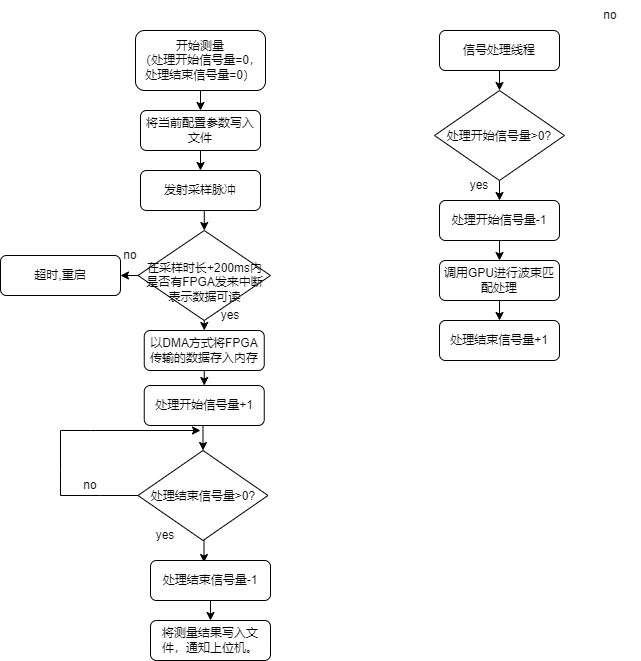
Sky199710/myDiagram keeps this draw.io diagram as 多次测量求均值版本.png. Above is the earlier version. Source tidied: cells renumbered, new cells last; positions are measured from the earlier drawing's top-left corner, leaving out a move shared by most shapes.
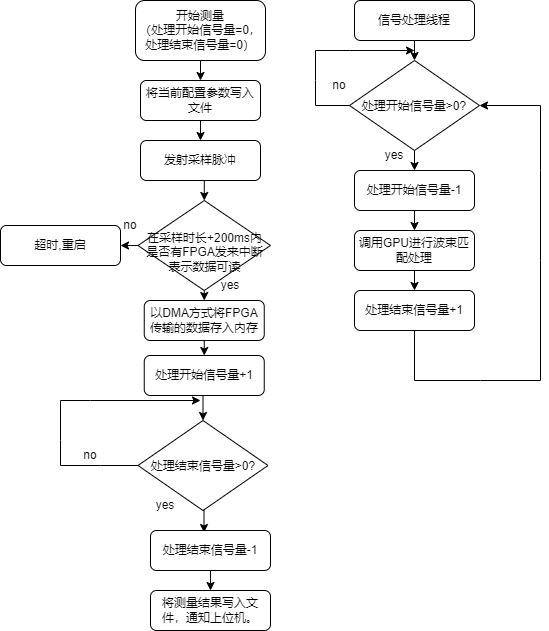
After the commit.

Commit message:
Update 多次测量求均值版本.png

The edit, as a diff of the source:
```diff
@@ -54,37 +54,37 @@
     <mxCell id="17" style="edgeStyle=orthogonalEdgeStyle;rounded=0;jettySize=auto;html=1;exitX=0.5;exitY=1;exitDx=0;exitDy=0;entryX=0.5;entryY=0;entryDx=0;entryDy=0;" parent="1" edge="1" source="18" target="20">
       <mxGeometry relative="1" as="geometry">
         <Array as="points">
-          <mxPoint x="499" y="90" />
-          <mxPoint x="499" y="90" />
+          <mxPoint x="414" y="90" />
+          <mxPoint x="414" y="90" />
         </Array>
       </mxGeometry>
     </mxCell>
     <mxCell id="18" value="信号处理线程" style="rounded=1;whiteSpace=wrap;html=1;fontSize=12;glass=0;strokeWidth=1;shadow=0;" parent="1" vertex="1">
-      <mxGeometry x="439" y="30" width="120" height="40" as="geometry" />
+      <mxGeometry x="354" y="30" width="120" height="40" as="geometry" />
     </mxCell>
     <mxCell id="19" style="edgeStyle=orthogonalEdgeStyle;rounded=0;jettySize=auto;html=1;exitX=0.5;exitY=1;exitDx=0;exitDy=0;entryX=0.5;entryY=0;entryDx=0;entryDy=0;" parent="1" edge="1" source="20" target="23">
       <mxGeometry relative="1" as="geometry" />
     </mxCell>
     <mxCell id="20" value="处理开始信号量&amp;gt;0?" style="rhombus;whiteSpace=wrap;html=1;shadow=0;fontFamily=Helvetica;fontSize=12;align=center;strokeWidth=1;spacing=6;spacingTop=1;" parent="1" vertex="1">
-      <mxGeometry x="434" y="90" width="130" height="90" as="geometry" />
+      <mxGeometry x="349" y="90" width="130" height="90" as="geometry" />
     </mxCell>
     <mxCell id="21" value="no" style="text;html=1;strokeColor=none;fillColor=none;align=center;verticalAlign=middle;whiteSpace=wrap;rounded=0;" parent="1" vertex="1">
-      <mxGeometry x="580" width="60" height="30" as="geometry" />
+      <mxGeometry x="309" y="100" width="60" height="30" as="geometry" />
     </mxCell>
     <mxCell id="22" style="edgeStyle=orthogonalEdgeStyle;rounded=0;jettySize=auto;html=1;exitX=0.5;exitY=1;exitDx=0;exitDy=0;entryX=0.5;entryY=0;entryDx=0;entryDy=0;" parent="1" edge="1" source="23" target="26">
       <mxGeometry relative="1" as="geometry" />
     </mxCell>
     <mxCell id="23" value="处理开始信号量-1" style="rounded=1;whiteSpace=wrap;html=1;fontSize=12;glass=0;strokeWidth=1;shadow=0;" parent="1" vertex="1">
-      <mxGeometry x="439" y="200" width="120" height="40" as="geometry" />
+      <mxGeometry x="354" y="200" width="120" height="40" as="geometry" />
     </mxCell>
     <mxCell id="24" value="yes" style="text;html=1;strokeColor=none;fillColor=none;align=center;verticalAlign=middle;whiteSpace=wrap;rounded=0;" parent="1" vertex="1">
-      <mxGeometry x="449" y="170" width="60" height="30" as="geometry" />
+      <mxGeometry x="364" y="170" width="60" height="30" as="geometry" />
     </mxCell>
     <mxCell id="25" style="edgeStyle=orthogonalEdgeStyle;rounded=0;jettySize=auto;html=1;exitX=0.5;exitY=1;exitDx=0;exitDy=0;entryX=0.5;entryY=0;entryDx=0;entryDy=0;" parent="1" edge="1" source="26" target="33">
       <mxGeometry relative="1" as="geometry" />
     </mxCell>
     <mxCell id="26" value="调用GPU进行波束匹配处理" style="rounded=1;whiteSpace=wrap;html=1;fontSize=12;glass=0;strokeWidth=1;shadow=0;" parent="1" vertex="1">
-      <mxGeometry x="439" y="260" width="120" height="40" as="geometry" />
+      <mxGeometry x="354" y="260" width="120" height="40" as="geometry" />
     </mxCell>
     <mxCell id="27" style="edgeStyle=orthogonalEdgeStyle;rounded=0;jettySize=auto;html=1;exitX=0.5;exitY=1;exitDx=0;exitDy=0;entryX=0.5;entryY=0;entryDx=0;entryDy=0;" parent="1" edge="1" source="28" target="30">
       <mxGeometry relative="1" as="geometry" />
@@ -114,7 +114,7 @@
       <mxGeometry x="60" y="470" width="60" height="30" as="geometry" />
     </mxCell>
     <mxCell id="33" value="处理结束信号量+1" style="rounded=1;whiteSpace=wrap;html=1;fontSize=12;glass=0;strokeWidth=1;shadow=0;" parent="1" vertex="1">
-      <mxGeometry x="439" y="320" width="120" height="40" as="geometry" />
+      <mxGeometry x="354" y="320" width="120" height="40" as="geometry" />
     </mxCell>
     <mxCell id="34" style="edgeStyle=orthogonalEdgeStyle;rounded=0;jettySize=auto;html=1;exitX=0.5;exitY=1;exitDx=0;exitDy=0;entryX=0.5;entryY=0;entryDx=0;entryDy=0;" parent="1" edge="1" source="35" target="37">
       <mxGeometry relative="1" as="geometry" />
@@ -128,5 +128,28 @@
     <mxCell id="37" value="将测量结果写入文件，通知上位机。" style="rounded=1;whiteSpace=wrap;html=1;fontSize=12;glass=0;strokeWidth=1;shadow=0;" parent="1" vertex="1">
       <mxGeometry x="150" y="620" width="120" height="40" as="geometry" />
     </mxCell>
+    <mxCell id="38" style="endArrow=classic;html=1;rounded=0;exitX=0;exitY=0.5;exitDx=0;exitDy=0;" parent="1" edge="1" source="20">
+      <mxGeometry relative="1" as="geometry">
+        <mxPoint x="414" y="80" as="targetPoint" />
+        <Array as="points">
+          <mxPoint x="315" y="135" />
+          <mxPoint x="315" y="110" />
+          <mxPoint x="315" y="80" />
+          <mxPoint x="349" y="80" />
+        </Array>
+      </mxGeometry>
+    </mxCell>
+    <mxCell id="39" style="endArrow=classic;html=1;rounded=0;exitX=0.5;exitY=1;exitDx=0;exitDy=0;entryX=1;entryY=0.5;entryDx=0;entryDy=0;" parent="1" edge="1" source="33" target="20">
+      <mxGeometry relative="1" as="geometry">
+        <Array as="points">
+          <mxPoint x="414" y="410" />
+          <mxPoint x="480" y="410" />
+          <mxPoint x="540" y="410" />
+          <mxPoint x="540" y="290" />
+          <mxPoint x="540" y="200" />
+          <mxPoint x="540" y="135" />
+        </Array>
+      </mxGeometry>
+    </mxCell>
   </root>
 </mxGraphModel>
```
